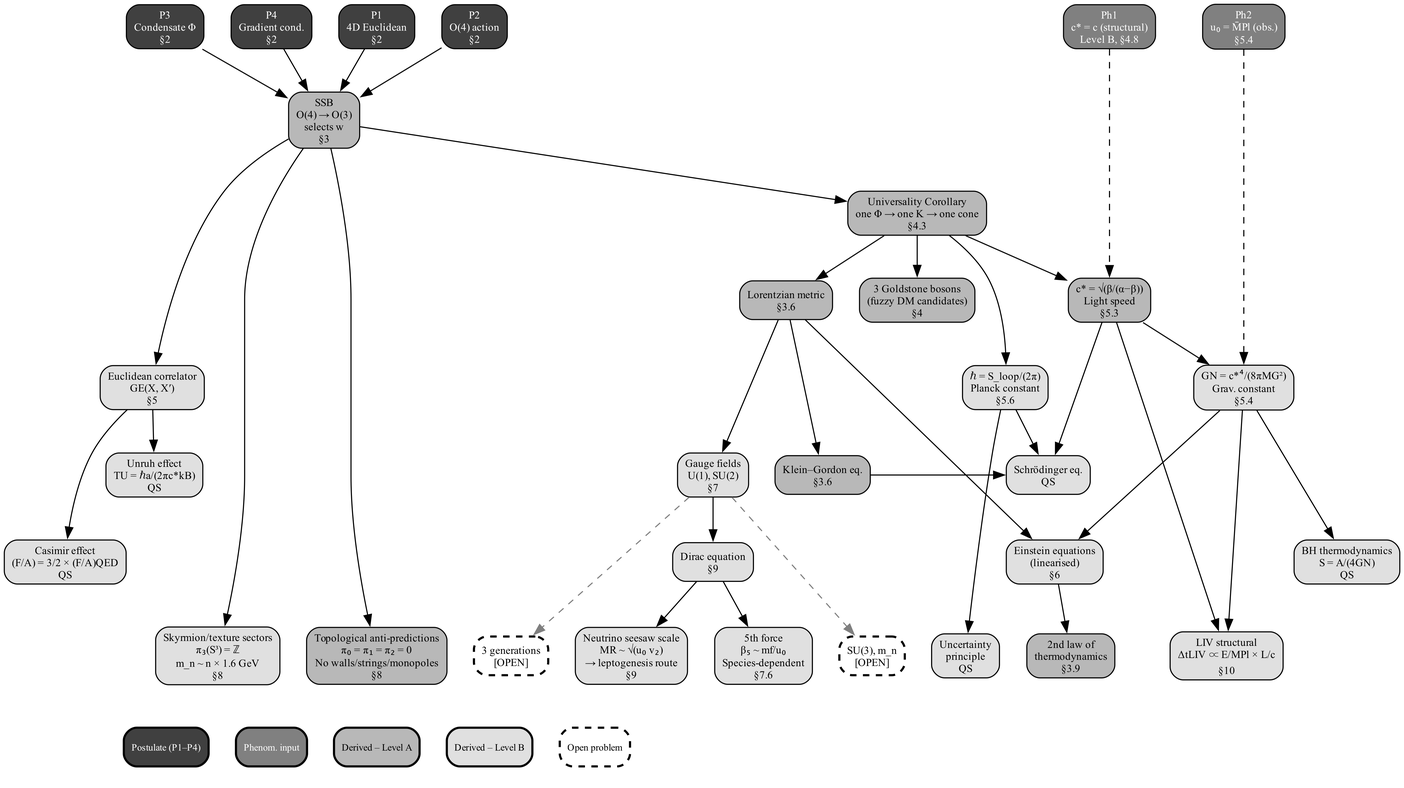
Before: figures/fig_partI_derivation_logic.png, a diagram exported from Graphviz (chufelo/ECT-preprint-code). Its source is kept beside it as fig_partI_derivation_logic.gv.
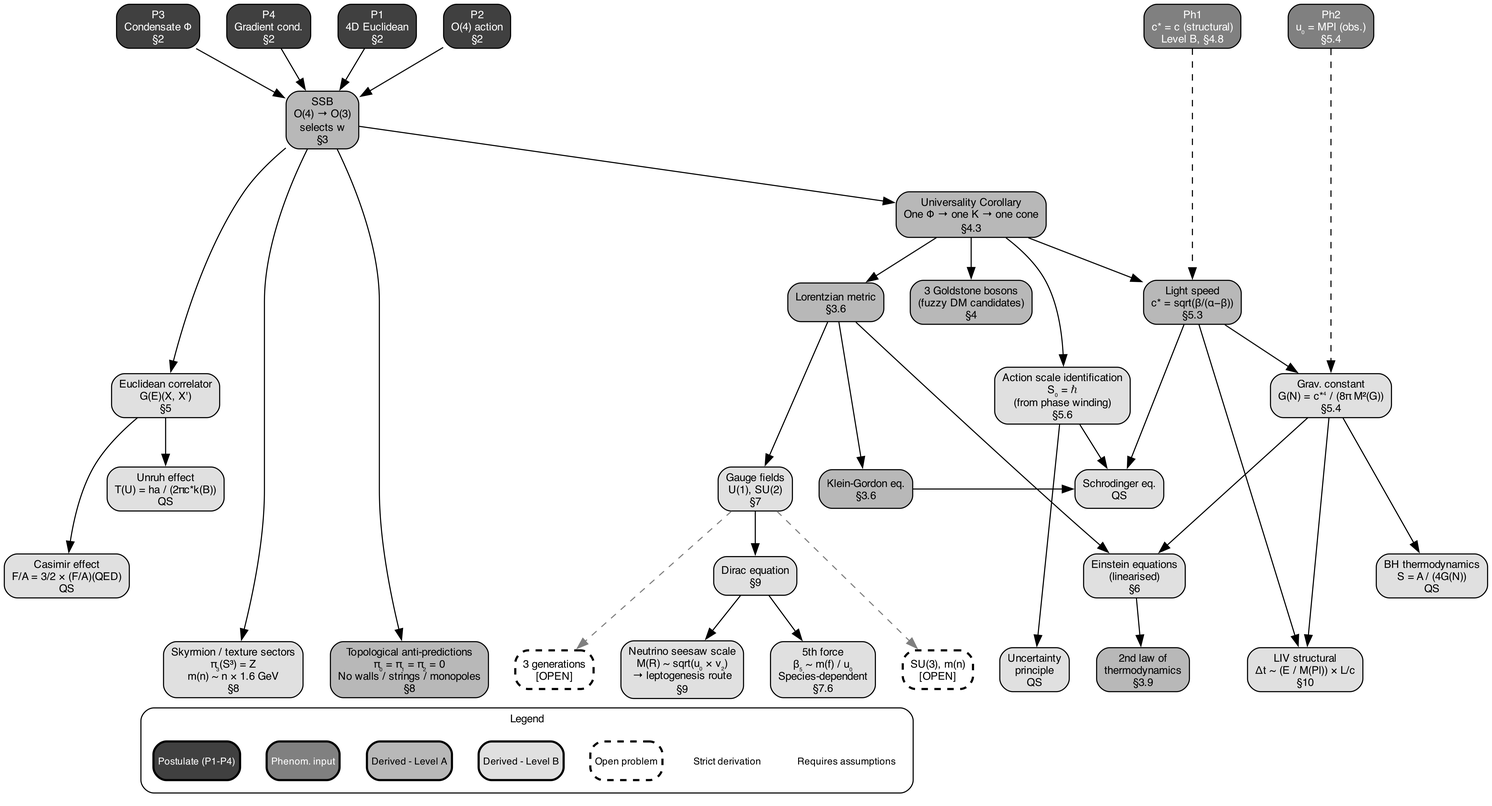
After the commit.

Commit message:
Part I figure: add S₀ = ℏ identification (Level B, §5.6)

Update hbar block label from generic 'h = S(loop)/2π' to
'Action scale identification / S₀ = ℏ / (from phase winding) / §5.6'

This is a key Part I result explicitly listed in §10 Conclusions
under 'Derived with stated assumptions (Level B)'.

Diff of the diagram source:
```diff
@@ -1,8 +1,8 @@
 digraph PartI {
   rankdir=TB;
-  fontname="Times-Roman";
-  node [fontname="Times-Roman", fontsize=10, shape=box, style="rounded,filled", margin="0.10,0.05"];
-  edge [fontname="Times-Roman", fontsize=8];
+  fontname="Helvetica";
+  node [fontname="Helvetica", fontsize=10, shape=box, style="rounded,filled", margin="0.10,0.05"];
+  edge [fontname="Helvetica", fontsize=8];
   newrank=true;
   splines=true;
   nodesep=0.35;
@@ -15,38 +15,38 @@
   P4 [label="P4\nGradient cond.\n§2"];
 
   node [fillcolor="#808080", fontcolor=white];
-  Ph2 [label="Ph2\nu₀ = M̄Pl (obs.)\n§5.4"];
+  Ph2 [label="Ph2\nu₀ = MPl (obs.)\n§5.4"];
   Ph1 [label="Ph1\nc* = c (structural)\nLevel B, §4.8"];
 
   node [fillcolor="#b8b8b8", fontcolor=black];
   SSB [label="SSB\nO(4) → O(3)\nselects w\n§3"];
-  UC [label="Universality Corollary\none Φ → one K → one cone\n§4.3"];
+  UC [label="Universality Corollary\nOne Φ → one K → one cone\n§4.3"];
   lorentz [label="Lorentzian metric\n§3.6"];
   goldstone [label="3 Goldstone bosons\n(fuzzy DM candidates)\n§4"];
-  cstar [label="c* = √(β/(α−β))\nLight speed\n§5.3"];
-  KG [label="Klein–Gordon eq.\n§3.6"];
+  cstar [label="Light speed\nc* = sqrt(β/(α−β))\n§5.3"];
+  KG [label="Klein-Gordon eq.\n§3.6"];
   second_law [label="2nd law of\nthermodynamics\n§3.9"];
-  topo_anti [label="Topological anti-predictions\nπ₀ = π₁ = π₂ = 0\nNo walls/strings/monopoles\n§8"];
+  topo_anti [label="Topological anti-predictions\nπ₀ = π₁ = π₂ = 0\nNo walls / strings / monopoles\n§8"];
 
   node [fillcolor="#e0e0e0", fontcolor=black];
-  hbar [label="ℏ = S_loop/(2π)\nPlanck constant\n§5.6"];
-  GE [label="Euclidean correlator\nGE(X, X′)\n§5"];
-  GN [label="GN = c*⁴/(8πMG²)\nGrav. constant\n§5.4"];
+  hbar [label="Action scale identification\nS₀ = ℏ\n(from phase winding)\n§5.6"];
+  GE [label="Euclidean correlator\nG(E)(X, X')\n§5"];
+  GN [label="Grav. constant\nG(N) = c*⁴ / (8π M²(G))\n§5.4"];
   gauge [label="Gauge fields\nU(1), SU(2)\n§7"];
-  unruh [label="Unruh effect\nTU = ℏa/(2πc*kB)\nQS"];
-  casimir [label="Casimir effect\n(F/A) = 3/2 × (F/A)QED\nQS"];
-  schrodinger [label="Schrödinger eq.\nQS"];
+  unruh [label="Unruh effect\nT(U) = ha / (2πc*k(B))\nQS"];
+  casimir [label="Casimir effect\nF/A = 3/2 × (F/A)(QED)\nQS"];
+  schrodinger [label="Schrodinger eq.\nQS"];
   dirac [label="Dirac equation\n§9"];
-  BH [label="BH thermodynamics\nS = A/(4GN)\nQS"];
+  BH [label="BH thermodynamics\nS = A / (4G(N))\nQS"];
   einstein [label="Einstein equations\n(linearised)\n§6"];
-  fifth [label="5th force\nβ₅ ~ mf/u₀\nSpecies-dependent\n§7.6"];
+  fifth [label="5th force\nβ₅ ~ m(f) / u₀\nSpecies-dependent\n§7.6"];
   uncert [label="Uncertainty\nprinciple\nQS"];
-  skyrmion [label="Skyrmion/texture sectors\nπ₃(S³) = ℤ\nm_n ~ n × 1.6 GeV\n§8"];
-  LIV [label="LIV structural\nΔtLIV ∝ E/MPl × L/c\n§10"];
-  seesaw [label="Neutrino seesaw scale\nMR ~ √(u₀ v₂)\n→ leptogenesis route\n§9"];
+  skyrmion [label="Skyrmion / texture sectors\nπ₃(S³) = Z\nm(n) ~ n × 1.6 GeV\n§8"];
+  LIV [label="LIV structural\nΔt ~ (E / M(Pl)) × L/c\n§10"];
+  seesaw [label="Neutrino seesaw scale\nM(R) ~ sqrt(u₀ × v₂)\n→ leptogenesis route\n§9"];
 
   node [fillcolor="white", style="rounded,dashed", fontcolor=black, penwidth=2];
-  SU3 [label="SU(3), m_n\n[OPEN]"];
+  SU3 [label="SU(3), m(n)\n[OPEN]"];
   threegen [label="3 generations\n[OPEN]"];
 
   {rank=same; P1; P2; P3; P4; Ph2; Ph1}
@@ -79,14 +79,32 @@
   dirac -> seesaw;
 
   subgraph cluster_legend {
-    label=""; style=invis; rank=sink;
-    leg_p [label="Postulate (P1–P4)", fillcolor="#404040", fontcolor=white, style="rounded,filled", fontsize=9];
-    leg_ph [label="Phenom. input", fillcolor="#808080", fontcolor=white, style="rounded,filled", fontsize=9];
-    leg_a [label="Derived – Level A", fillcolor="#b8b8b8", style="rounded,filled", fontsize=9];
-    leg_b [label="Derived – Level B", fillcolor="#e0e0e0", style="rounded,filled", fontsize=9];
-    leg_o [label="Open problem", fillcolor="white", style="rounded,dashed", fontsize=9, penwidth=2];
-    leg_p -> leg_ph -> leg_a -> leg_b -> leg_o [style=invis];
-    {rank=same; leg_p; leg_ph; leg_a; leg_b; leg_o}
+    label="Legend";
+    fontname="Helvetica";
+    fontsize=10;
+    style=rounded;
+    color=black;
+    penwidth=1;
+    margin="12";
+
+    node [shape=box, fontsize=9, margin="0.06,0.03"];
+
+    leg_p [label="Postulate (P1-P4)", fillcolor="#404040", fontcolor=white, style="rounded,filled"];
+    leg_ph [label="Phenom. input", fillcolor="#808080", fontcolor=white, style="rounded,filled"];
+    leg_a [label="Derived - Level A", fillcolor="#b8b8b8", style="rounded,filled"];
+    leg_b [label="Derived - Level B", fillcolor="#e0e0e0", style="rounded,filled"];
+    leg_o [label="Open problem", fillcolor="white", style="rounded,dashed", penwidth=2];
+
+    arr_solid [label="Strict derivation", shape=plaintext, fillcolor=white, style=""];
+    arr_dashed [label="Requires assumptions", shape=plaintext, fillcolor=white, style=""];
+
+    leg_p -> leg_ph [style=invis];
+    leg_ph -> leg_a [style=invis];
+    leg_a -> leg_b [style=invis];
+    leg_b -> leg_o [style=invis];
+    leg_o -> arr_solid [style=invis];
+    arr_solid -> arr_dashed [style=invis];
+    {rank=same; leg_p; leg_ph; leg_a; leg_b; leg_o; arr_solid; arr_dashed}
   }
   topo_anti -> leg_a [style=invis];
 }
```
